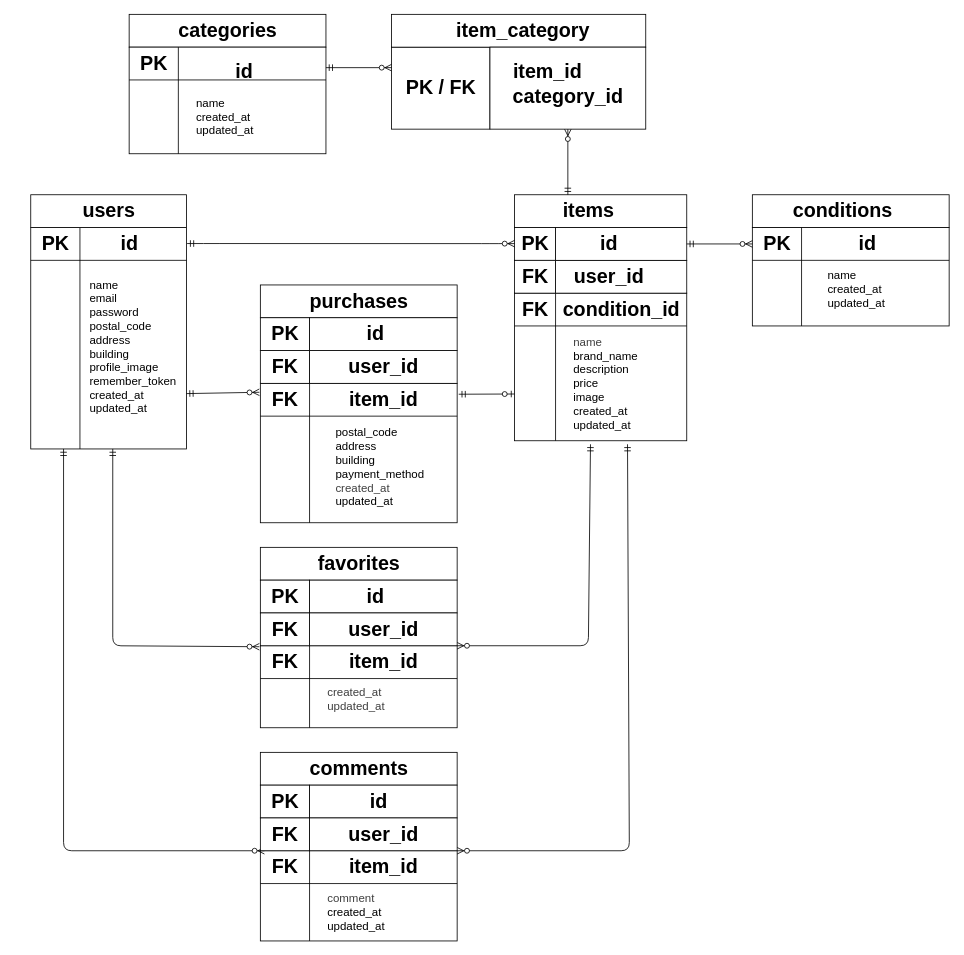
Before: page "ER図" (2 of 2) of er.drawio in Ayumi1809/flea-market-app, a draw.io diagram. Source tidied: cells renumbered, new cells numbered last; positions are measured from the earlier drawing's top-left corner, leaving out a move shared by most shapes. Both pictures are drawn from the tidied source at 82%, with x=0, y=0 at pixel (14, 14).
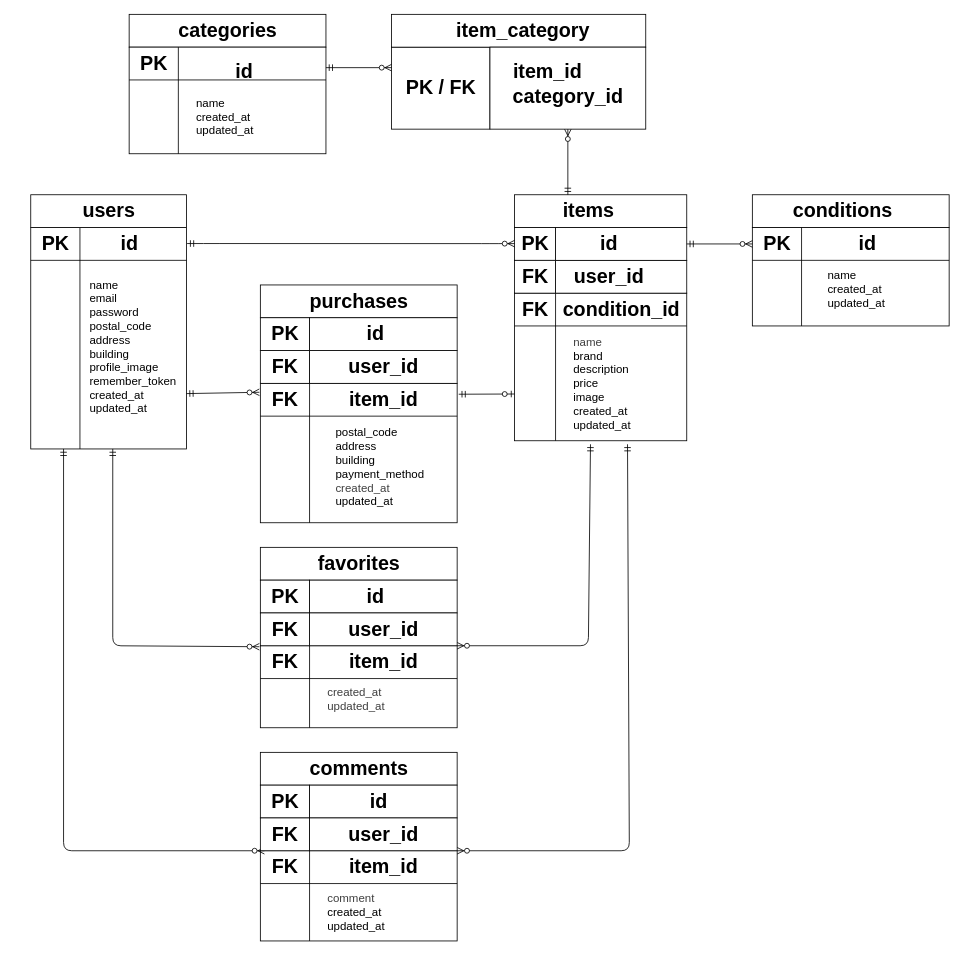
Above is the later version.

Change to the diagram source:
```diff
@@
-    <mxCell id="23" value="&lt;div&gt;&lt;span style=&quot;color: rgb(63, 63, 63); background-color: transparent;&quot;&gt;name&lt;/span&gt;&lt;/div&gt;&lt;div&gt;brand_name&lt;/div&gt;&lt;div&gt;description&lt;/div&gt;&lt;div&gt;price&lt;/div&gt;&lt;div&gt;image&lt;/div&gt;&lt;div&gt;created_at&lt;/div&gt;&lt;div&gt;updated_at&lt;/div&gt;" style="text;html=1;align=left;verticalAlign=middle;whiteSpace=wrap;rounded=0;fontSize=14;" parent="1" vertex="1">
+    <mxCell id="23" value="&lt;div&gt;&lt;span style=&quot;color: rgb(63, 63, 63); background-color: transparent;&quot;&gt;name&lt;/span&gt;&lt;/div&gt;&lt;div&gt;brand&lt;/div&gt;&lt;div&gt;description&lt;/div&gt;&lt;div&gt;price&lt;/div&gt;&lt;div&gt;image&lt;/div&gt;&lt;div&gt;created_at&lt;/div&gt;&lt;div&gt;updated_at&lt;/div&gt;" style="text;html=1;align=left;verticalAlign=middle;whiteSpace=wrap;rounded=0;fontSize=14;" parent="1" vertex="1">
       <mxGeometry x="680" y="435" width="60" height="30" as="geometry" />
     </mxCell>
```
